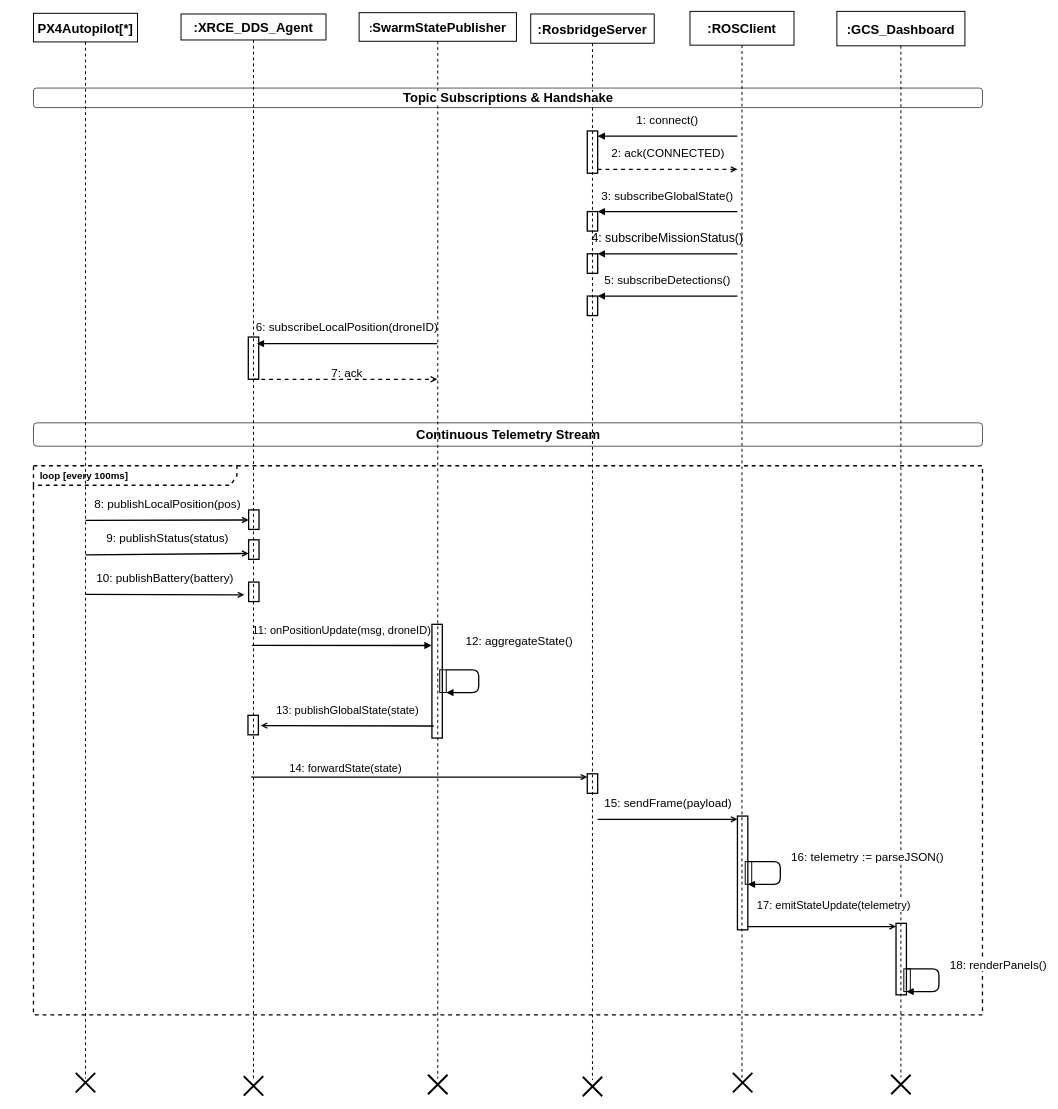
This is 12_sequence_telemetry.drawio from syedmohammad611/diagrams, a draw.io file, before an edit. Source tidied: cells renumbered, new cells numbered last; positions are measured from the earlier drawing's top-left corner, leaving out a move shared by most shapes. Both pictures are drawn from the tidied source at 65%, with x=0, y=0 at pixel (33, 11).
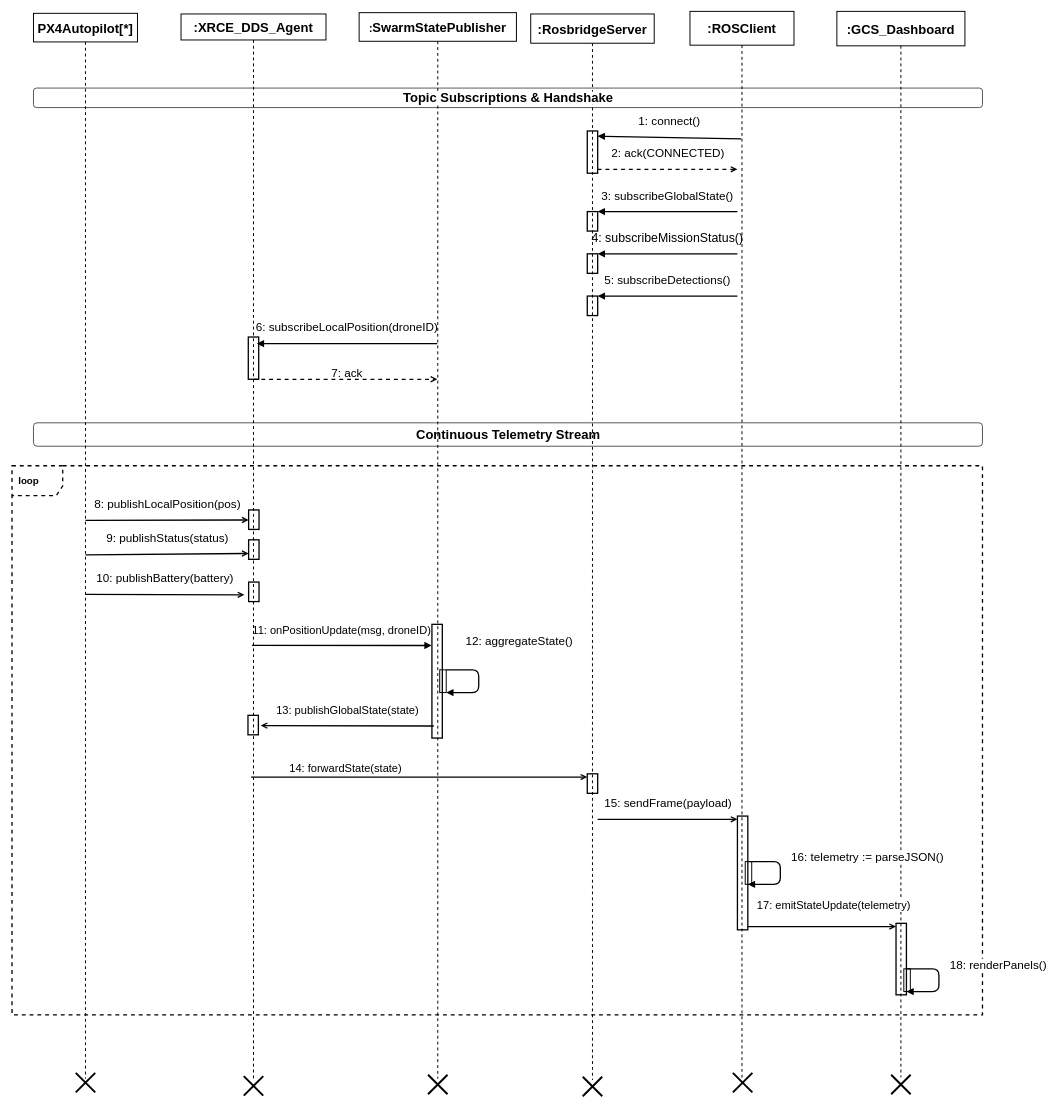
The same diagram, later.

Change to the diagram source:
```diff
@@
     <mxCell id="11" value="&lt;font style=&quot;font-size: 18px;&quot;&gt;1: connect()&lt;/font&gt;" style="html=1;verticalAlign=bottom;endArrow=block;strokeColor=#000000;fontFamily=Helvetica;fontColor=#000000;labelBackgroundColor=none;spacingBottom=10;fontSize=17;strokeWidth=2;" parent="1" edge="1">
       <mxGeometry relative="1" as="geometry">
-        <mxPoint x="1083" y="192" as="sourcePoint" />
+        <mxPoint x="1089" y="196" as="sourcePoint" />
         <mxPoint x="868" y="192" as="targetPoint" />
       </mxGeometry>
     </mxCell>
@@
-    <mxCell id="22" value="&lt;b&gt;loop [every 100ms]&lt;/b&gt;" style="shape=umlFrame;whiteSpace=wrap;html=1;width=313;height=30;boundedLbl=1;verticalAlign=middle;align=left;spacingLeft=8;fillColor=none;strokeColor=#000000;dashed=1;fontColor=#000000;fontFamily=Helvetica;fontSize=15;strokeWidth=2;fontStyle=1;" parent="1" vertex="1">
-      <mxGeometry y="699" width="1460" height="845" as="geometry" />
+    <mxCell id="22" value="&lt;b&gt;loop&lt;/b&gt;" style="shape=umlFrame;whiteSpace=wrap;html=1;width=78;height=46;boundedLbl=1;verticalAlign=middle;align=left;spacingLeft=8;fillColor=none;strokeColor=#000000;dashed=1;fontColor=#000000;fontFamily=Helvetica;fontSize=15;strokeWidth=2;fontStyle=1;" parent="1" vertex="1">
+      <mxGeometry x="-33" y="699" width="1493" height="845" as="geometry" />
     </mxCell>
```
